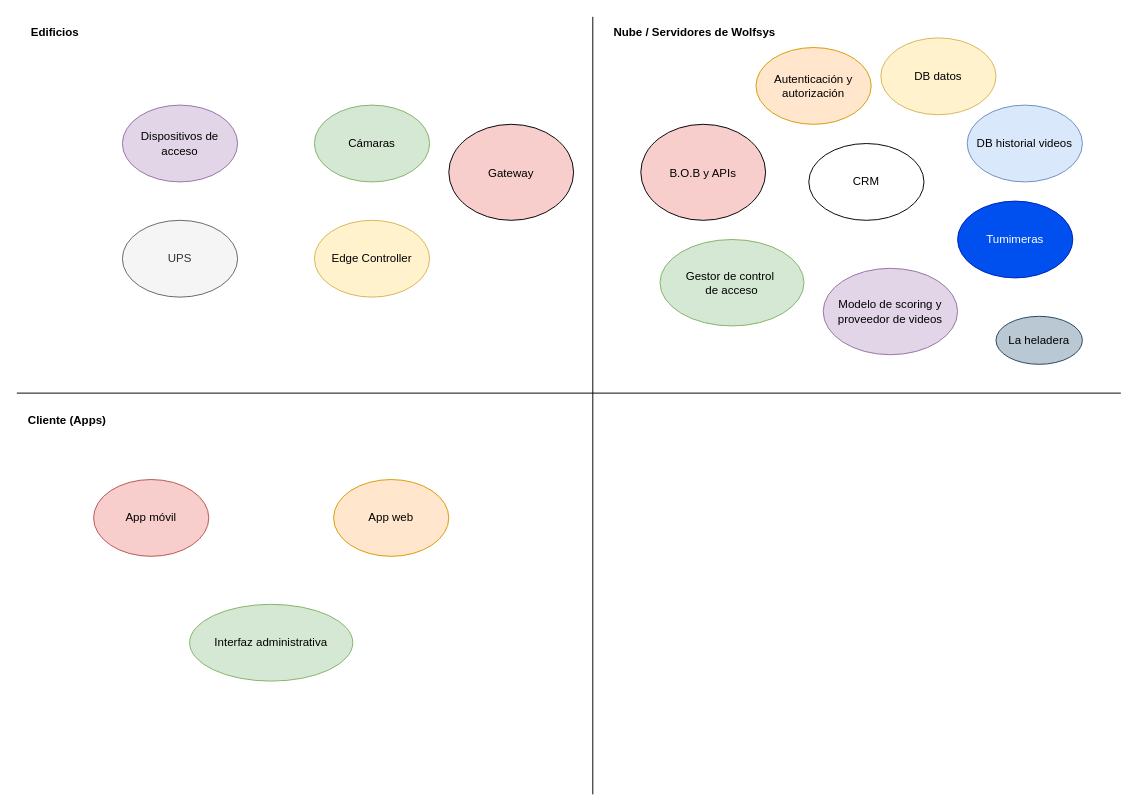
Above: Documentación de la arquitectura/Diagramas/Editables-drawio/Diagrama-de-locacion - con tumimeras.drawio in LIMoreno04/Caso-de-estudio---WolfSys---Arquitectura (draw.io), before the change. Source tidied: cells renumbered, new cells numbered last; positions are measured from the earlier drawing's top-left corner, leaving out a move shared by most shapes. Both pictures are drawn from the tidied source at 96%, with x=0, y=0 at pixel (16, 16).
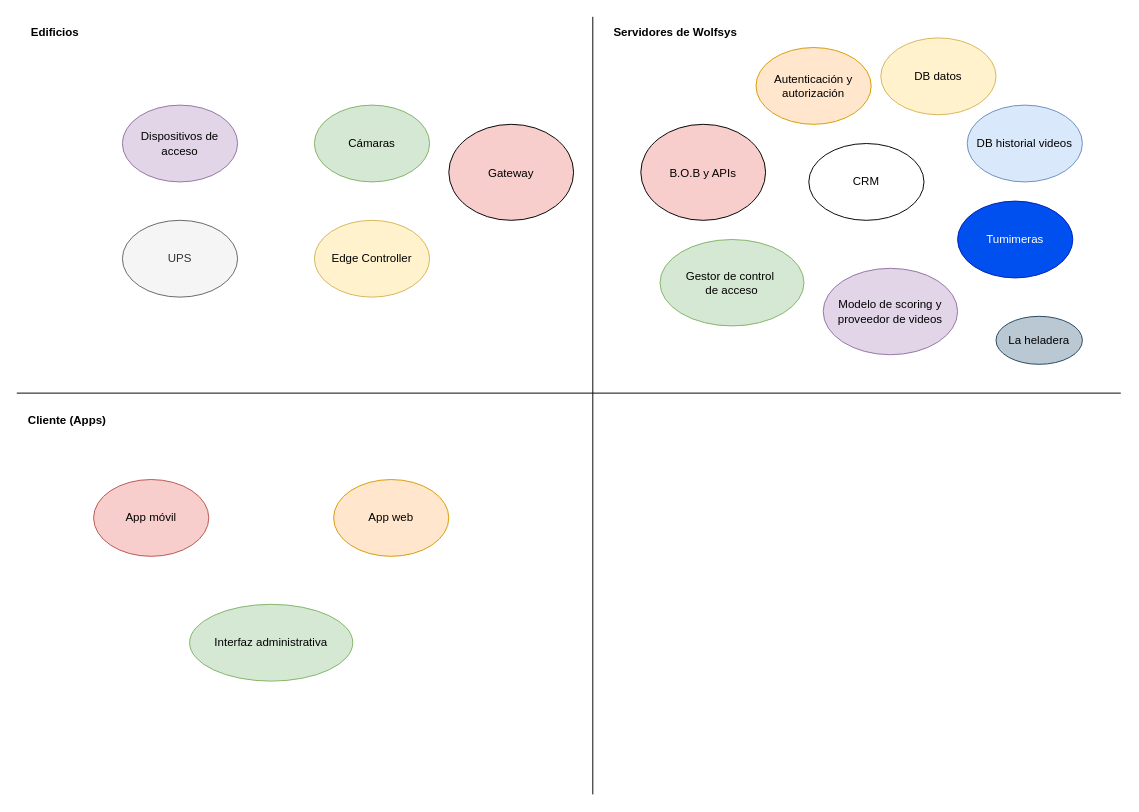
After the change.

Diff of the diagram source:
```diff
@@
-    <mxCell id="5" value="Nube / Servidores de Wolfsys" style="text;html=1;align=left;verticalAlign=middle;whiteSpace=wrap;rounded=0;fontStyle=1;" parent="1" vertex="1">
+    <mxCell id="5" value="Servidores de Wolfsys" style="text;html=1;align=left;verticalAlign=middle;whiteSpace=wrap;rounded=0;fontStyle=1;" parent="1" vertex="1">
       <mxGeometry x="620" y="2" width="210" height="30" as="geometry" />
     </mxCell>
```
